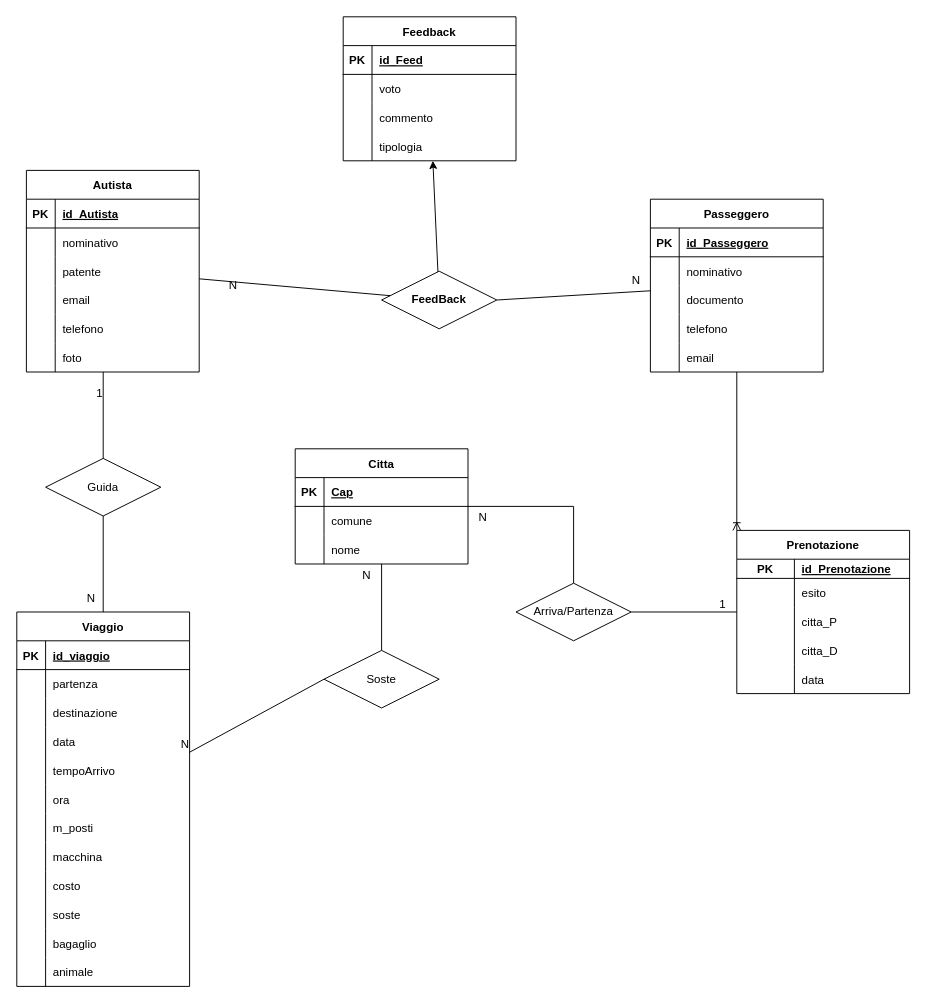
lorogian/Simulazione_Seconda_Prova_Esame keeps this draw.io diagram as Progetto Start-Up/digramma.drawio. Above is the earlier version. Source tidied: cells renumbered, new cells numbered last; positions are measured from the earlier drawing's top-left corner, leaving out a move shared by most shapes. Both pictures are drawn from the tidied source at 96%, with x=0, y=0 at pixel (16, 16).
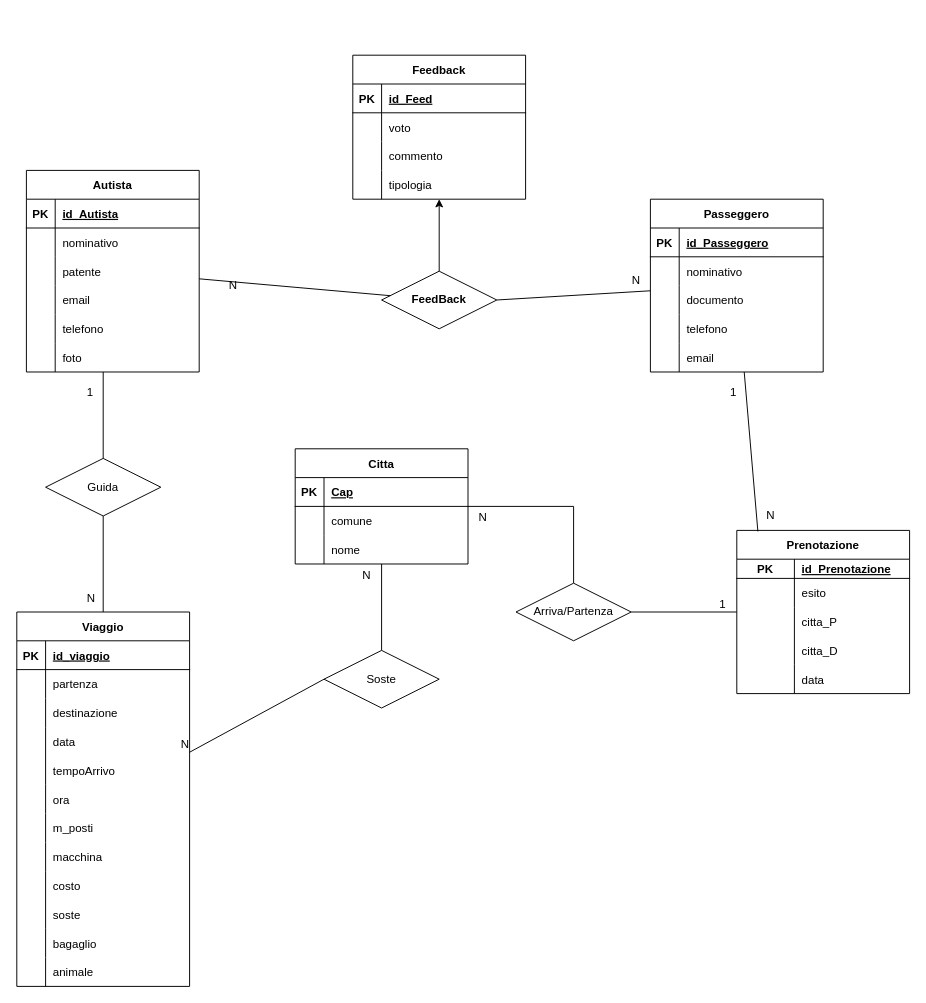
After the change.

Unchanged cells that the change refers to:
```xml
<mxCell id="71" value="Passeggero" style="shape=table;startSize=30;childLayout=tableLayout;rowLines=0;fontStyle=1;align=center;" parent="1" vertex="1">
  <mxGeometry x="660" y="190" width="180" height="180" as="geometry" />
</mxCell>
<mxCell id="87" value="Prenotazione" style="shape=table;startSize=30;childLayout=tableLayout;rowLines=0;fontStyle=1;align=center;" parent="1" vertex="1">
  <mxGeometry x="750" y="535" width="180" height="170" as="geometry" />
</mxCell>
<mxCell id="133" style="endArrow=none;html=1;rounded=0;exitX=0.5;exitY=0;exitDx=0;exitDy=0;" parent="1" edge="1" source="132">
  <mxGeometry relative="1" as="geometry">
    <mxPoint x="90" y="370" as="targetPoint" />
  </mxGeometry>
</mxCell>
```

What changed in the source:
```diff
@@
     <mxCell id="39" value="Feedback" style="shape=table;startSize=30;childLayout=tableLayout;rowLines=0;fontStyle=1;align=center;" parent="1" vertex="1">
-      <mxGeometry x="340" width="180" height="150" as="geometry" />
+      <mxGeometry x="350" y="40" width="180" height="150" as="geometry" />
     </mxCell>
@@
-    <mxCell id="103" style="edgeStyle=orthogonalEdgeStyle;fontSize=12;html=1;endArrow=ERoneToMany;" parent="1" edge="1" source="71" target="87">
-      <mxGeometry relative="1" as="geometry">
-        <Array as="points">
-          <mxPoint x="750" y="680" />
-          <mxPoint x="760" y="680" />
-        </Array>
-      </mxGeometry>
-    </mxCell>
@@
     <mxCell id="134" value="1" style="html=1;align=right;verticalAlign=bottom;" parent="133" vertex="1">
       <mxGeometry x="1" relative="1" as="geometry">
-        <mxPoint y="31" as="offset" />
+        <mxPoint x="-10" y="30" as="offset" />
       </mxGeometry>
     </mxCell>
+    <mxCell id="103" style="endArrow=none;html=1;rounded=0;entryX=0.122;entryY=0.006;entryDx=0;entryDy=0;entryPerimeter=0;" parent="1" edge="1" source="71" target="87">
+      <mxGeometry relative="1" as="geometry" />
+    </mxCell>
+    <mxCell id="135" value="N" style="text;html=1;align=center;verticalAlign=middle;strokeColor=none;fillColor=none;" parent="1" vertex="1">
+      <mxGeometry x="770" y="505" width="30" height="30" as="geometry" />
+    </mxCell>
+    <mxCell id="136" value="1" style="html=1;align=right;verticalAlign=bottom;" parent="1" vertex="1">
+      <mxGeometry x="750" y="400" as="geometry" />
+    </mxCell>
```
